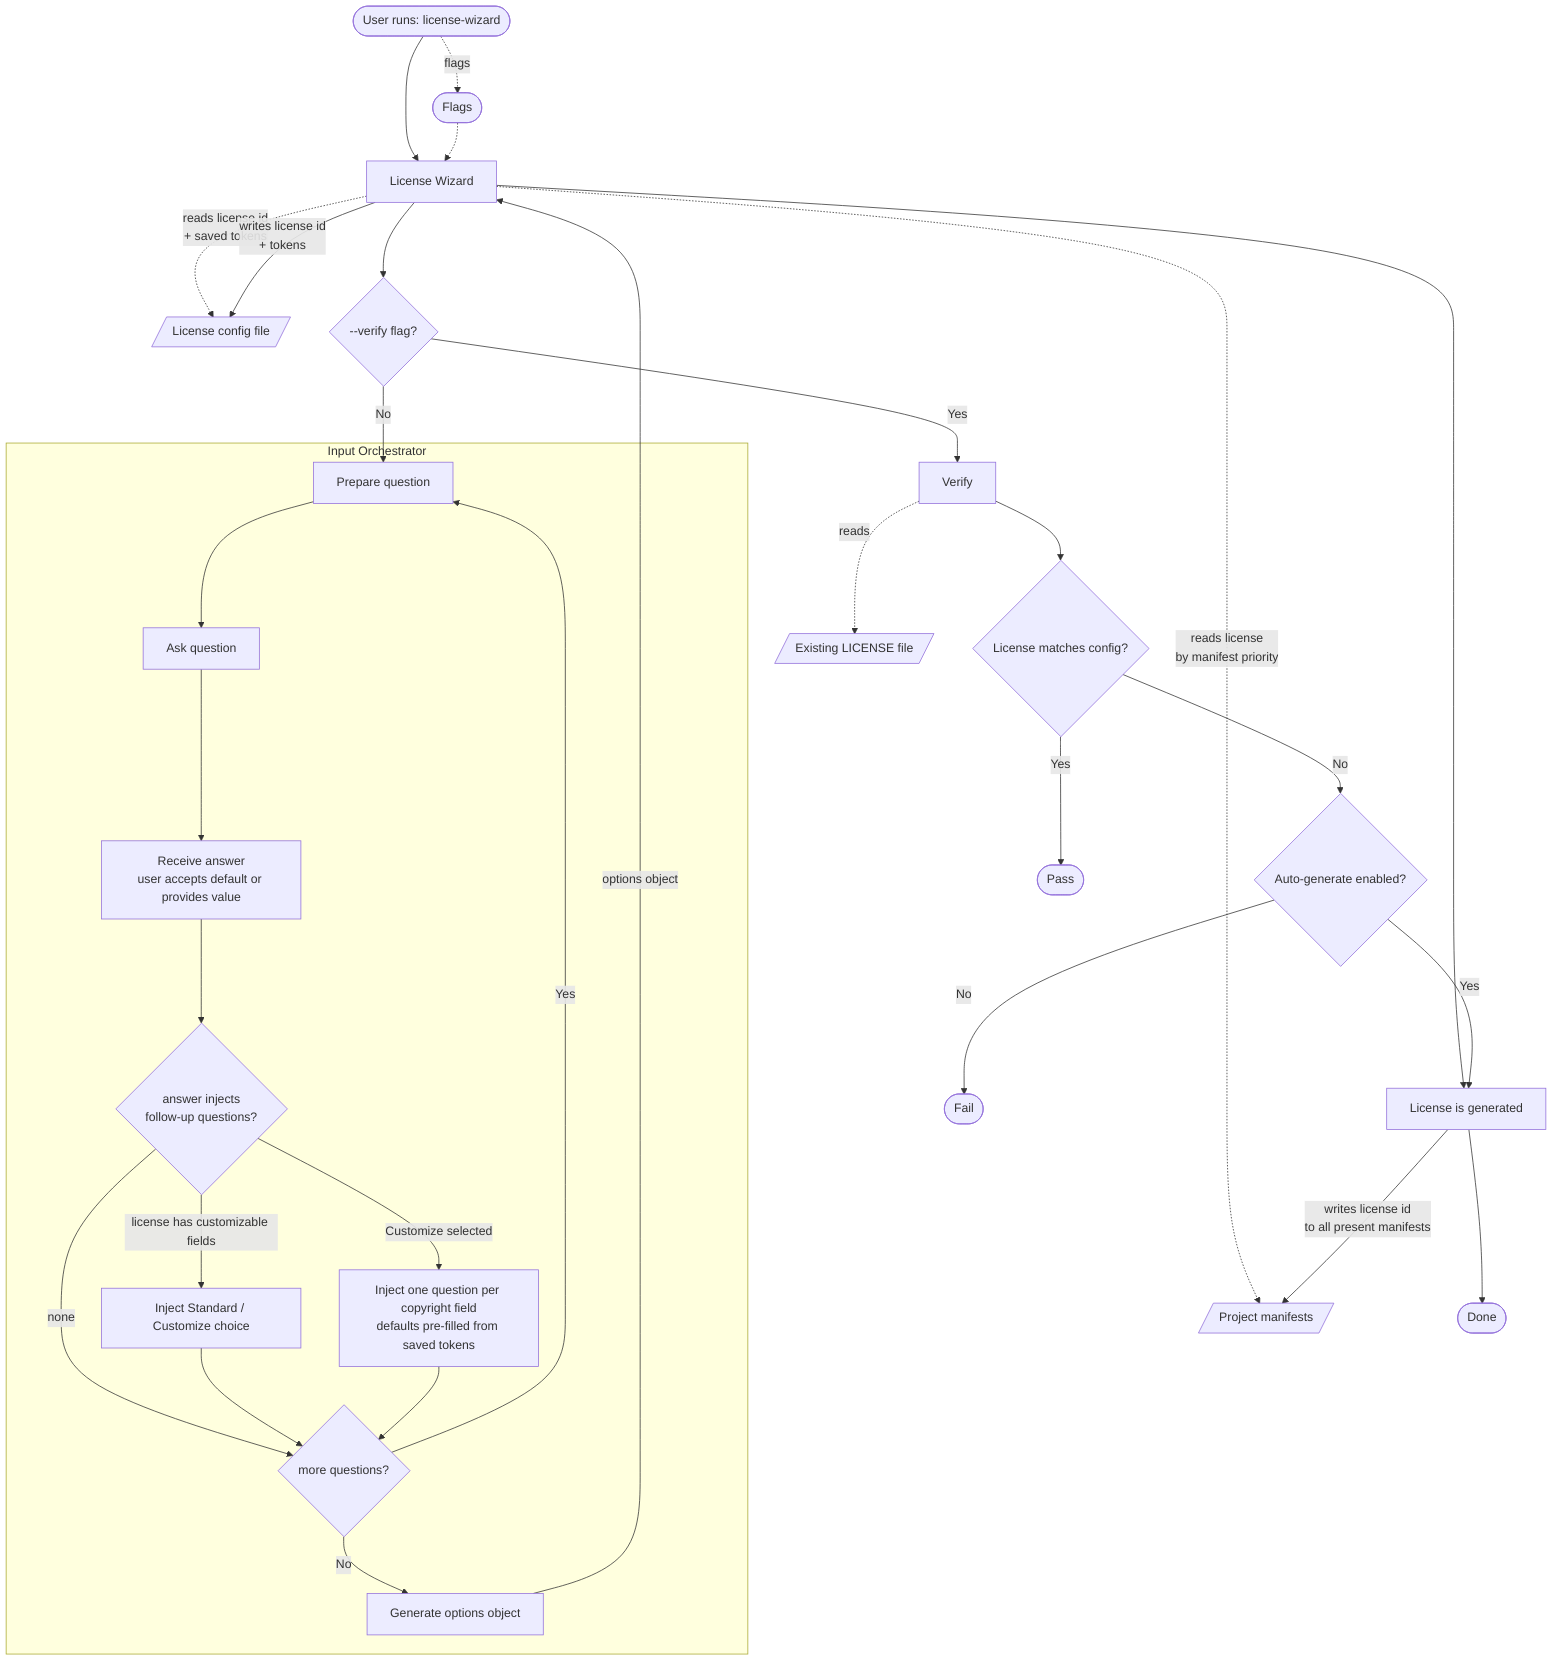
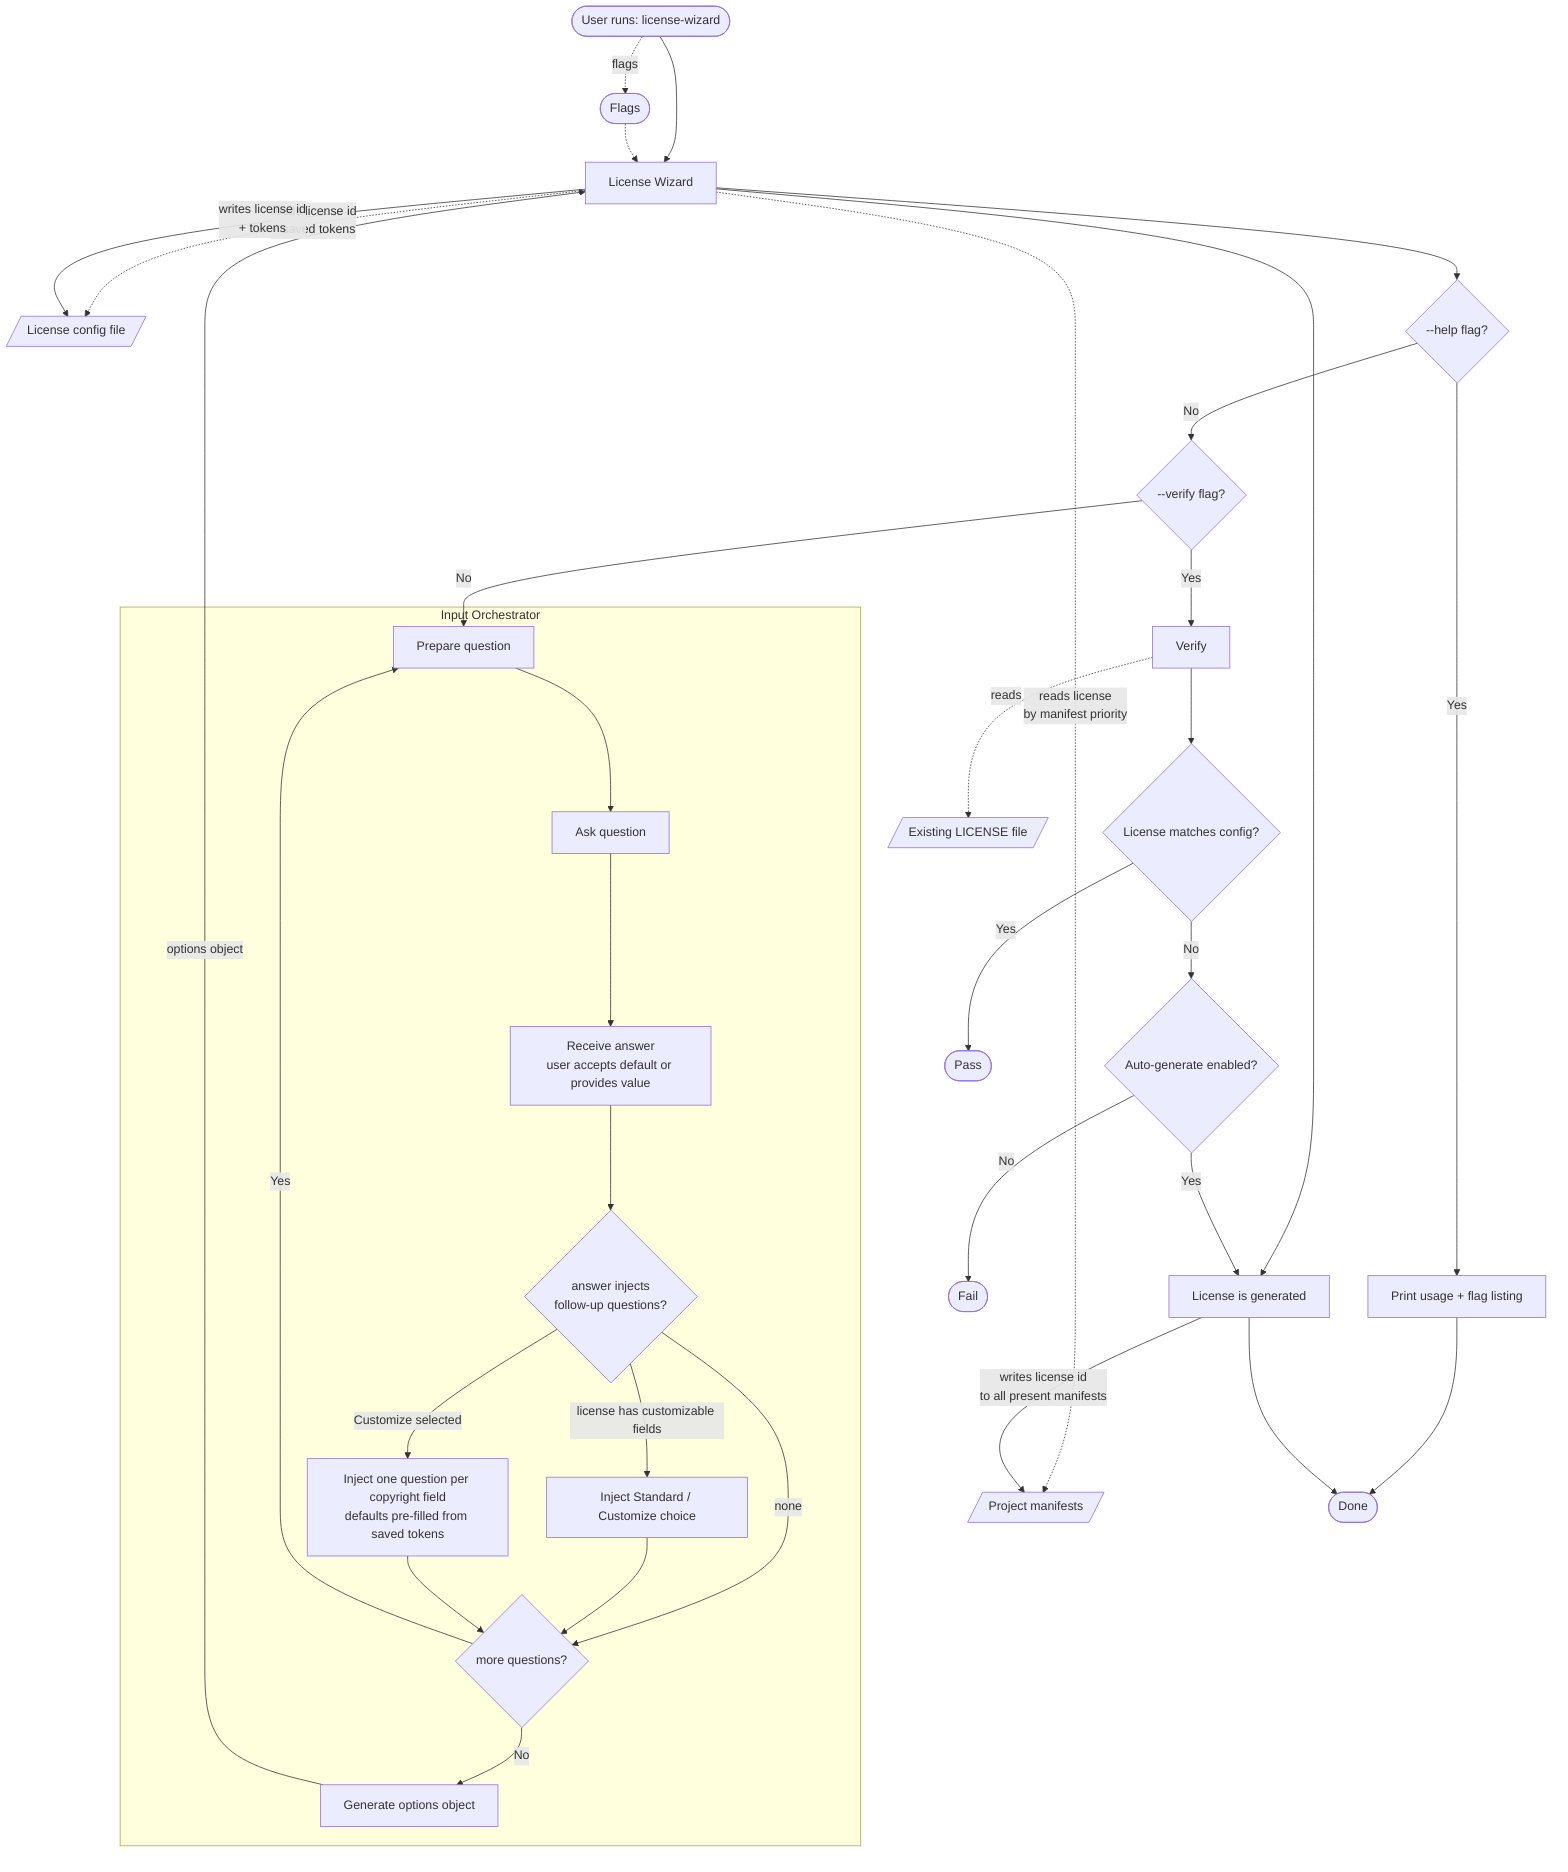
flowchart TD
    A([User runs: license-wizard]) --> LW[License Wizard]
    A -.->|flags| FL([Flags])
    FL -.-> LW
    LW -.->|reads license id<br/>+ saved tokens| LC[/License config file/]
    LW -.->|reads license<br/>by manifest priority| PJ[/Project manifests/]

-     LW --> M{--verify flag?}
+     LW --> HELP{--help flag?}
+ 
+     %% ─── Help path ───
+     HELP -->|Yes| HU[Print usage + flag listing]
+     HU --> H
+ 
+     HELP -->|No| M{--verify flag?}

    %% ─── Interactive / generation path ───
    M -->|No| C

    subgraph IO [Input Orchestrator]
        C[Prepare question]
        C --> D[Ask question]
        D --> E[Receive answer<br/>user accepts default or provides value]
        E --> INJ{answer injects<br/>follow-up questions?}
        INJ -->|license has customizable fields| MODE[Inject Standard / Customize choice]
        INJ -->|Customize selected| FIELDS[Inject one question per copyright field<br/>defaults pre-filled from saved tokens]
        INJ -->|none| F
        MODE --> F
        FIELDS --> F
        F{more questions?}
        F -->|Yes| C
        F -->|No| OG[Generate options object]
    end

    OG -->|options object| LW
    LW -->|writes license id<br/>+ tokens| LC
    LW --> G[License is generated]
    G -->|writes license id<br/>to all present manifests| PJ
    G --> H([Done])

    %% ─── Verification path ───
    M -->|Yes| V[Verify]
    V -.->|reads| EL[/Existing LICENSE file/]
    V --> R{License matches config?}
    R -->|Yes| PASS([Pass])
    R -->|No| AG{Auto-generate enabled?}
    AG -->|Yes| G
    AG -->|No| FAIL([Fail])
